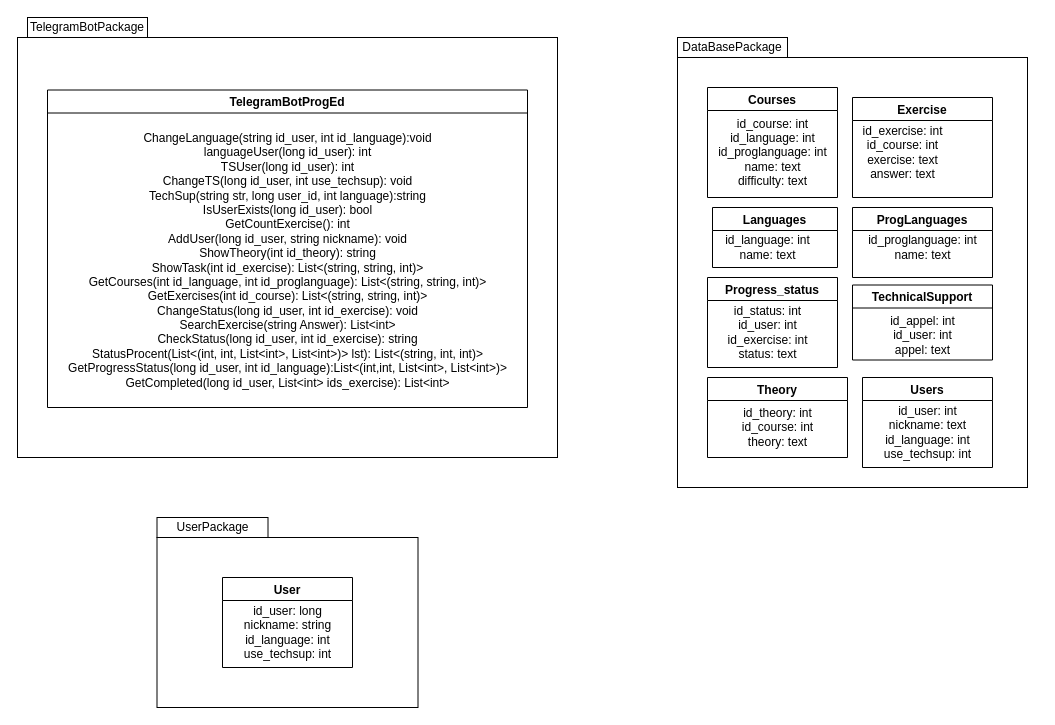
This is Диаграмма без названия.drawio from 13lyvnyv/TgBot-ProgEd, a draw.io file, before an edit. Source tidied: cells renumbered, new cells numbered last; positions are measured from the earlier drawing's top-left corner, leaving out a move shared by most shapes. Both pictures are drawn from the tidied source at 100%, with x=0, y=0 at pixel (17, 17).
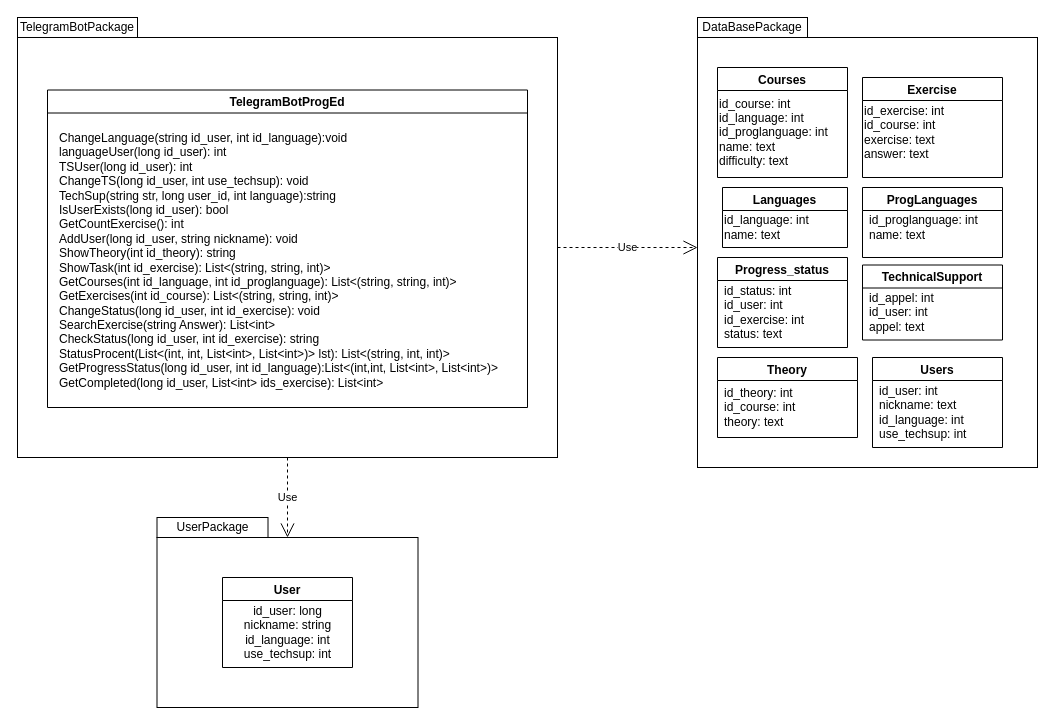
The same page after the edit.

Unchanged cells that the change refers to:
```xml
<mxCell id="3" style="rounded=0;whiteSpace=wrap;html=1;" parent="1" vertex="1">
  <mxGeometry y="20" width="540" height="420" as="geometry" />
</mxCell>
<mxCell id="6" style="rounded=0;whiteSpace=wrap;html=1;" parent="1" vertex="1">
  <mxGeometry x="139.5" y="520" width="261" height="170" as="geometry" />
</mxCell>
<mxCell id="10" value="ProgLanguages" style="swimlane;" parent="8" vertex="1">
  <mxGeometry y="110" width="140" height="70" as="geometry" />
</mxCell>
<mxCell id="12" value="Courses" style="swimlane;" parent="10" vertex="1">
  <mxGeometry x="-145" y="-120" width="130" height="110" as="geometry" />
</mxCell>
<mxCell id="26" value="TelegramBotProgEd" style="swimlane;" parent="1" vertex="1">
  <mxGeometry x="30" y="72.5" width="480" height="317.5" as="geometry" />
</mxCell>
```

The edit, as a diff of the source:
```diff
@@
     <mxCell id="2" style="rounded=0;whiteSpace=wrap;html=1;" parent="1" vertex="1">
-      <mxGeometry x="660" y="40" width="350" height="430" as="geometry" />
+      <mxGeometry x="680" y="20" width="340" height="430" as="geometry" />
     </mxCell>
@@
     <mxCell id="4" value="TelegramBotPackage" style="whiteSpace=wrap;html=1;" parent="1" vertex="1">
-      <mxGeometry x="10" width="120" height="20" as="geometry" />
+      <mxGeometry width="120" height="20" as="geometry" />
     </mxCell>
     <mxCell id="5" value="DataBasePackage" style="whiteSpace=wrap;html=1;" parent="1" vertex="1">
-      <mxGeometry x="660" y="20" width="110" height="20" as="geometry" />
+      <mxGeometry x="680" width="110" height="20" as="geometry" />
     </mxCell>
@@
     <mxCell id="8" value="Exercise" style="swimlane;" parent="1" vertex="1">
-      <mxGeometry x="835" y="80" width="140" height="100" as="geometry" />
+      <mxGeometry x="845" y="60" width="140" height="100" as="geometry" />
     </mxCell>
-    <mxCell id="9" value="id_exercise: int&lt;br&gt;id_course: int&lt;br&gt;exercise: text&lt;br&gt;answer: text" style="text;html=1;align=center;verticalAlign=middle;strokeColor=none;fillColor=none;" parent="8" vertex="1">
+    <mxCell id="9" value="id_exercise: int&lt;br&gt;id_course: int&lt;br&gt;exercise: text&lt;br&gt;answer: text" style="text;html=1;align=left;verticalAlign=middle;strokeColor=none;fillColor=none;" parent="8" vertex="1">
       <mxGeometry y="20" width="100" height="70" as="geometry" />
     </mxCell>
@@
-    <mxCell id="11" value="id_proglanguage: int&lt;br&gt;name: text" style="text;html=1;align=center;verticalAlign=middle;strokeColor=none;fillColor=none;" parent="10" vertex="1">
+    <mxCell id="11" value="id_proglanguage: int&lt;br&gt;name: text" style="text;html=1;align=left;verticalAlign=middle;strokeColor=none;fillColor=none;" parent="10" vertex="1">
       <mxGeometry x="5" y="20" width="130" height="40" as="geometry" />
     </mxCell>
@@
-    <mxCell id="13" value="id_course: int&lt;br&gt;id_language: int&lt;br&gt;id_proglanguage: int&lt;br&gt;name: text&lt;br&gt;difficulty: text" style="text;html=1;align=center;verticalAlign=middle;strokeColor=none;fillColor=none;" parent="12" vertex="1">
+    <mxCell id="13" value="id_course: int&lt;br&gt;id_language: int&lt;br&gt;id_proglanguage: int&lt;br&gt;name: text&lt;br&gt;difficulty: text" style="text;html=1;align=left;verticalAlign=middle;strokeColor=none;fillColor=none;" parent="12" vertex="1">
       <mxGeometry y="20" width="130" height="90" as="geometry" />
     </mxCell>
     <mxCell id="14" value="Languages" style="swimlane;" parent="1" vertex="1">
-      <mxGeometry x="695" y="190" width="125" height="60" as="geometry" />
+      <mxGeometry x="705" y="170" width="125" height="60" as="geometry" />
     </mxCell>
-    <mxCell id="15" value="id_language: int&lt;br&gt;name: text" style="text;html=1;align=center;verticalAlign=middle;strokeColor=none;fillColor=none;" parent="14" vertex="1">
+    <mxCell id="15" value="id_language: int&lt;br&gt;name: text" style="text;html=1;align=left;verticalAlign=middle;strokeColor=none;fillColor=none;" parent="14" vertex="1">
       <mxGeometry y="20" width="110" height="40" as="geometry" />
     </mxCell>
     <mxCell id="16" value="Progress_status" style="swimlane;" parent="1" vertex="1">
-      <mxGeometry x="690" y="260" width="130" height="90" as="geometry" />
+      <mxGeometry x="700" y="240" width="130" height="90" as="geometry" />
     </mxCell>
-    <mxCell id="17" value="id_status: int&lt;br&gt;id_user: int&lt;br&gt;id_exercise: int&lt;br&gt;status: text" style="text;html=1;align=center;verticalAlign=middle;strokeColor=none;fillColor=none;" parent="16" vertex="1">
-      <mxGeometry x="10" y="20" width="100" height="70" as="geometry" />
+    <mxCell id="17" value="id_status: int&lt;br&gt;id_user: int&lt;br&gt;id_exercise: int&lt;br&gt;status: text" style="text;html=1;align=left;verticalAlign=middle;strokeColor=none;fillColor=none;" parent="16" vertex="1">
+      <mxGeometry x="5" y="20" width="100" height="70" as="geometry" />
     </mxCell>
     <mxCell id="18" value="TechnicalSupport" style="swimlane;" parent="1" vertex="1">
-      <mxGeometry x="835" y="267.5" width="140" height="75" as="geometry" />
+      <mxGeometry x="845" y="247.5" width="140" height="75" as="geometry" />
     </mxCell>
-    <mxCell id="19" value="id_appel: int&lt;br&gt;id_user: int&lt;br&gt;appel: text" style="text;html=1;align=center;verticalAlign=middle;strokeColor=none;fillColor=none;" parent="18" vertex="1">
-      <mxGeometry x="25" y="20" width="90" height="60" as="geometry" />
+    <mxCell id="19" value="id_appel: int&lt;br&gt;id_user: int&lt;br&gt;appel: text" style="text;html=1;align=left;verticalAlign=middle;strokeColor=none;fillColor=none;" parent="18" vertex="1">
+      <mxGeometry x="5" y="17.5" width="90" height="60" as="geometry" />
     </mxCell>
     <mxCell id="20" value="Theory" style="swimlane;" parent="1" vertex="1">
-      <mxGeometry x="690" y="360" width="140" height="80" as="geometry" />
+      <mxGeometry x="700" y="340" width="140" height="80" as="geometry" />
     </mxCell>
-    <mxCell id="21" value="id_theory: int&lt;br&gt;id_course: int&lt;br&gt;theory: text" style="text;html=1;align=center;verticalAlign=middle;strokeColor=none;fillColor=none;" parent="20" vertex="1">
-      <mxGeometry x="25" y="20" width="90" height="60" as="geometry" />
+    <mxCell id="21" value="id_theory: int&lt;br&gt;id_course: int&lt;br&gt;theory: text" style="text;html=1;align=left;verticalAlign=middle;strokeColor=none;fillColor=none;" parent="20" vertex="1">
+      <mxGeometry x="5" y="20" width="90" height="60" as="geometry" />
     </mxCell>
     <mxCell id="22" value="Users" style="swimlane;" parent="1" vertex="1">
-      <mxGeometry x="845" y="360" width="130" height="90" as="geometry" />
+      <mxGeometry x="855" y="340" width="130" height="90" as="geometry" />
     </mxCell>
-    <mxCell id="23" value="id_user: int&lt;br&gt;nickname: text&lt;br&gt;id_language: int&lt;br&gt;use_techsup: int" style="text;html=1;align=center;verticalAlign=middle;strokeColor=none;fillColor=none;" parent="22" vertex="1">
-      <mxGeometry x="10" y="20" width="110" height="70" as="geometry" />
+    <mxCell id="23" value="id_user: int&lt;br&gt;nickname: text&lt;br&gt;id_language: int&lt;br&gt;use_techsup: int" style="text;html=1;align=left;verticalAlign=middle;strokeColor=none;fillColor=none;" parent="22" vertex="1">
+      <mxGeometry x="5" y="20" width="110" height="70" as="geometry" />
     </mxCell>
@@
-    <mxCell id="27" value="ChangeLanguage(string id_user, int id_language):void&lt;br&gt;languageUser(long id_user): int&lt;br&gt;TSUser(long id_user): int&lt;br&gt;ChangeTS(long id_user, int use_techsup): void&lt;br&gt;TechSup(string str, long user_id, int language):string&lt;br&gt;IsUserExists(long id_user): bool&lt;br&gt;GetCountExercise(): int&lt;br&gt;AddUser(long id_user, string nickname): void&lt;br&gt;ShowTheory(int id_theory): string&lt;br&gt;ShowTask(int id_exercise): List&amp;lt;(string, string, int)&amp;gt;&lt;br&gt;GetCourses(int id_language, int id_proglanguage): List&amp;lt;(string, string, int)&amp;gt;&lt;br&gt;GetExercises(int id_course): List&amp;lt;(string, string, int)&amp;gt;&lt;br&gt;ChangeStatus(long id_user, int id_exercise): void&lt;br&gt;SearchExercise(string Answer): List&amp;lt;int&amp;gt;&lt;br&gt;CheckStatus(long id_user, int id_exercise): string&lt;br&gt;StatusProcent(List&amp;lt;(int, int, List&amp;lt;int&amp;gt;, List&amp;lt;int&amp;gt;)&amp;gt; lst): List&amp;lt;(string, int, int)&amp;gt;&lt;br&gt;GetProgressStatus(long id_user, int id_language):List&amp;lt;(int,int, List&amp;lt;int&amp;gt;, List&amp;lt;int&amp;gt;)&amp;gt;&lt;br&gt;GetCompleted(long id_user, List&amp;lt;int&amp;gt; ids_exercise):&amp;nbsp;List&amp;lt;int&amp;gt;" style="text;html=1;align=center;verticalAlign=middle;strokeColor=none;fillColor=none;" parent="26" vertex="1">
+    <mxCell id="27" value="ChangeLanguage(string id_user, int id_language):void&lt;br&gt;languageUser(long id_user): int&lt;br&gt;TSUser(long id_user): int&lt;br&gt;ChangeTS(long id_user, int use_techsup): void&lt;br&gt;TechSup(string str, long user_id, int language):string&lt;br&gt;IsUserExists(long id_user): bool&lt;br&gt;GetCountExercise(): int&lt;br&gt;AddUser(long id_user, string nickname): void&lt;br&gt;ShowTheory(int id_theory): string&lt;br&gt;ShowTask(int id_exercise): List&amp;lt;(string, string, int)&amp;gt;&lt;br&gt;GetCourses(int id_language, int id_proglanguage): List&amp;lt;(string, string, int)&amp;gt;&lt;br&gt;GetExercises(int id_course): List&amp;lt;(string, string, int)&amp;gt;&lt;br&gt;ChangeStatus(long id_user, int id_exercise): void&lt;br&gt;SearchExercise(string Answer): List&amp;lt;int&amp;gt;&lt;br&gt;CheckStatus(long id_user, int id_exercise): string&lt;br&gt;StatusProcent(List&amp;lt;(int, int, List&amp;lt;int&amp;gt;, List&amp;lt;int&amp;gt;)&amp;gt; lst): List&amp;lt;(string, int, int)&amp;gt;&lt;br&gt;GetProgressStatus(long id_user, int id_language):List&amp;lt;(int,int, List&amp;lt;int&amp;gt;, List&amp;lt;int&amp;gt;)&amp;gt;&lt;br&gt;GetCompleted(long id_user, List&amp;lt;int&amp;gt; ids_exercise):&amp;nbsp;List&amp;lt;int&amp;gt;" style="text;html=1;align=left;verticalAlign=middle;strokeColor=none;fillColor=none;" parent="26" vertex="1">
       <mxGeometry x="10" y="35" width="460" height="270" as="geometry" />
     </mxCell>
+    <mxCell id="28" value="Use" style="endArrow=open;endSize=12;dashed=1;html=1;rounded=0;exitX=0.5;exitY=1;exitDx=0;exitDy=0;entryX=0.5;entryY=0;entryDx=0;entryDy=0;" parent="1" edge="1" source="3" target="6">
+      <mxGeometry relative="1" as="geometry" />
+    </mxCell>
+    <mxCell id="29" value="Use" style="endArrow=open;endSize=12;dashed=1;html=1;rounded=0;exitX=1;exitY=0.5;exitDx=0;exitDy=0;align=center;" parent="1" edge="1" source="3">
+      <mxGeometry relative="1" as="geometry">
+        <mxPoint x="680" y="230" as="targetPoint" />
+      </mxGeometry>
+    </mxCell>
```
